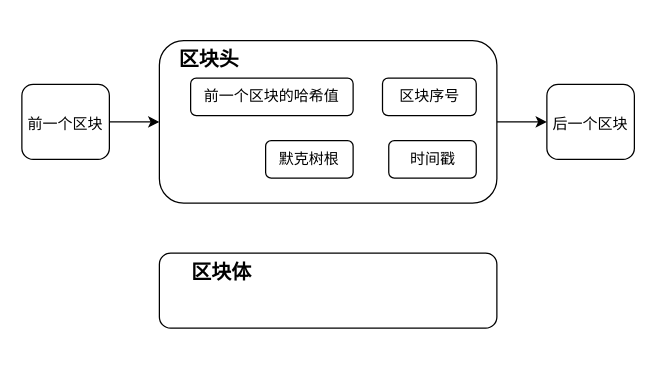
This is 毕业论文第3章主链区块.drawio from burnandgun/diagrams, a draw.io file, before an edit. Source tidied: cells renumbered, new cells numbered last; positions are measured from the earlier drawing's top-left corner, leaving out a move shared by most shapes. Both pictures are drawn from the tidied source at 125%, with x=0, y=0 at pixel (21, 40).
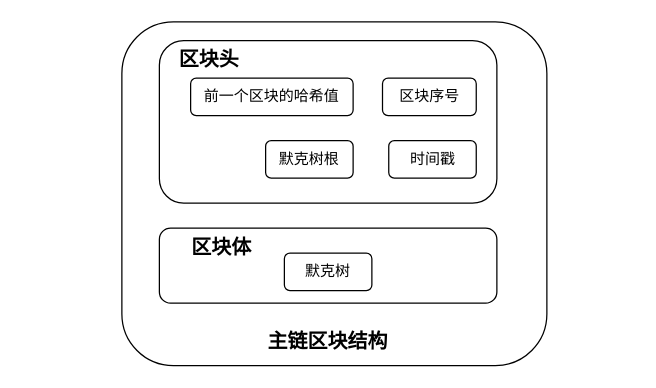
Above is the later version.

Commit message:
更新毕业论文第3章主链区块.drawio

What changed in the source:
```diff
@@
 <mxGraphModel>
   <root>
     <mxCell id="0" />
     <mxCell id="1" parent="0" />
     <mxCell id="2" style="rounded=1;whiteSpace=wrap;html=1;fillColor=none;" parent="1" vertex="1">
-      <mxGeometry x="110" y="170" width="270" height="60" as="geometry" />
+      <mxGeometry x="110" y="150" width="270" height="60" as="geometry" />
     </mxCell>
     <mxCell id="3" style="rounded=1;whiteSpace=wrap;html=1;fillColor=none;" parent="1" vertex="1">
       <mxGeometry x="110" width="270" height="130" as="geometry" />
     </mxCell>
-    <mxCell id="4" style="edgeStyle=orthogonalEdgeStyle;rounded=0;jettySize=auto;html=1;entryX=0;entryY=0.5;entryDx=0;entryDy=0;fontSize=12;" parent="1" edge="1" source="3" target="12">
-      <mxGeometry relative="1" as="geometry" />
-    </mxCell>
     <mxCell id="5" value="前一个区块的哈希值" style="rounded=1;whiteSpace=wrap;html=1;fillColor=default;" parent="1" vertex="1">
       <mxGeometry x="135" y="30" width="130" height="30" as="geometry" />
     </mxCell>
     <mxCell id="6" value="默克树根" style="rounded=1;whiteSpace=wrap;html=1;fillColor=default;" parent="1" vertex="1">
       <mxGeometry x="195" y="80" width="70" height="30" as="geometry" />
     </mxCell>
     <mxCell id="7" value="时间戳" style="rounded=1;whiteSpace=wrap;html=1;fillColor=default;" parent="1" vertex="1">
       <mxGeometry x="293.5" y="80" width="70" height="30" as="geometry" />
     </mxCell>
     <mxCell id="8" value="&lt;span style=&quot;font-size: 16px;&quot;&gt;&lt;b&gt;区块体&lt;/b&gt;&lt;/span&gt;" style="text;html=1;strokeColor=none;fillColor=none;align=center;verticalAlign=middle;whiteSpace=wrap;rounded=0;" parent="1" vertex="1">
-      <mxGeometry x="100" y="170" width="120" height="30" as="geometry" />
+      <mxGeometry x="100" y="150" width="120" height="30" as="geometry" />
     </mxCell>
     <mxCell id="9" value="&lt;span style=&quot;font-size: 16px;&quot;&gt;&lt;b&gt;区块头&lt;/b&gt;&lt;/span&gt;" style="text;html=1;strokeColor=none;fillColor=none;align=center;verticalAlign=middle;whiteSpace=wrap;rounded=0;" parent="1" vertex="1">
       <mxGeometry x="90" width="120" height="30" as="geometry" />
     </mxCell>
-    <mxCell id="10" style="edgeStyle=orthogonalEdgeStyle;rounded=0;jettySize=auto;html=1;entryX=0;entryY=0.5;entryDx=0;entryDy=0;fontSize=12;" parent="1" edge="1" source="11" target="3">
-      <mxGeometry relative="1" as="geometry" />
-    </mxCell>
-    <mxCell id="11" value="&lt;font style=&quot;font-size: 12px;&quot;&gt;前一个区块&lt;/font&gt;" style="rounded=1;whiteSpace=wrap;html=1;fontSize=16;fillColor=default;" parent="1" vertex="1">
-      <mxGeometry y="35" width="70" height="60" as="geometry" />
-    </mxCell>
-    <mxCell id="12" value="&lt;font style=&quot;font-size: 12px;&quot;&gt;后一个区块&lt;/font&gt;" style="rounded=1;whiteSpace=wrap;html=1;fontSize=16;fillColor=default;" parent="1" vertex="1">
-      <mxGeometry x="420" y="35" width="70" height="60" as="geometry" />
-    </mxCell>
     <mxCell id="13" value="区块序号" style="rounded=1;whiteSpace=wrap;html=1;fillColor=default;" parent="1" vertex="1">
       <mxGeometry x="288.5" y="30" width="75" height="30" as="geometry" />
     </mxCell>
+    <mxCell id="14" value="默克树" style="rounded=1;whiteSpace=wrap;html=1;fillColor=default;" parent="1" vertex="1">
+      <mxGeometry x="210" y="170" width="70" height="30" as="geometry" />
+    </mxCell>
+    <mxCell id="15" value="&lt;span style=&quot;font-size: 16px;&quot;&gt;&lt;b&gt;主链区块结构&lt;/b&gt;&lt;/span&gt;" style="text;html=1;strokeColor=none;fillColor=none;align=center;verticalAlign=middle;whiteSpace=wrap;rounded=0;" parent="1" vertex="1">
+      <mxGeometry x="185" y="225" width="120" height="30" as="geometry" />
+    </mxCell>
+    <mxCell id="16" style="rounded=1;whiteSpace=wrap;html=1;strokeColor=default;fontFamily=Helvetica;fontSize=12;fontColor=default;fillColor=none;" parent="1" vertex="1">
+      <mxGeometry x="80" y="-15" width="340" height="275" as="geometry" />
+    </mxCell>
   </root>
 </mxGraphModel>
```
